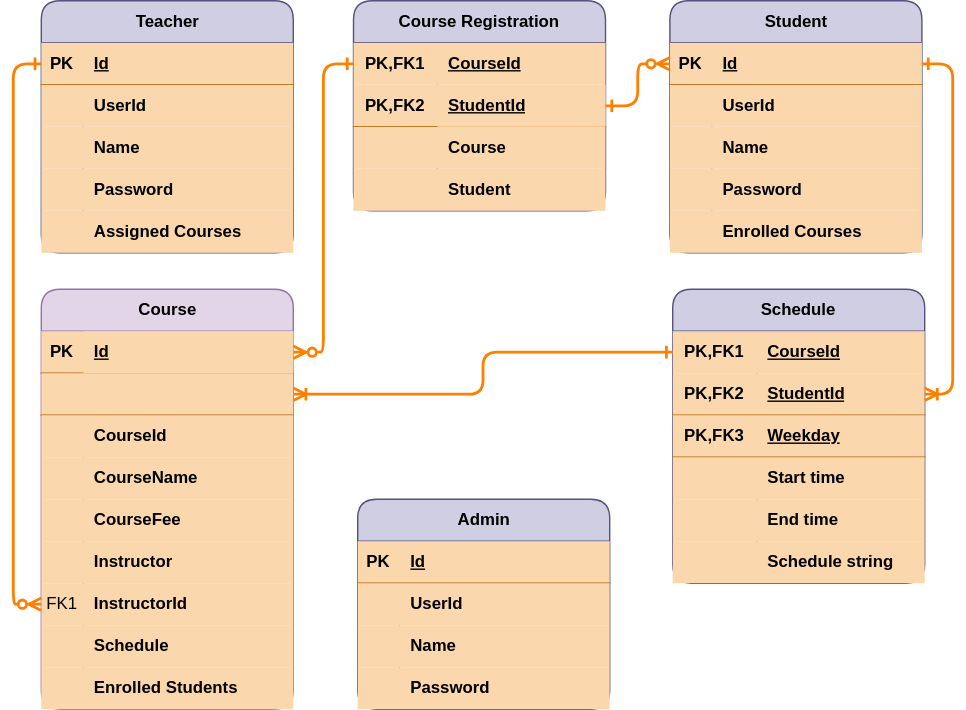
The draw.io diagram demo/CourseManagement_ERD.svg in MohammadRokib/CourseManagement, before a commit. Source tidied: cells renumbered, new cells last; positions are measured from the earlier drawing's top-left corner, leaving out a move shared by most shapes.
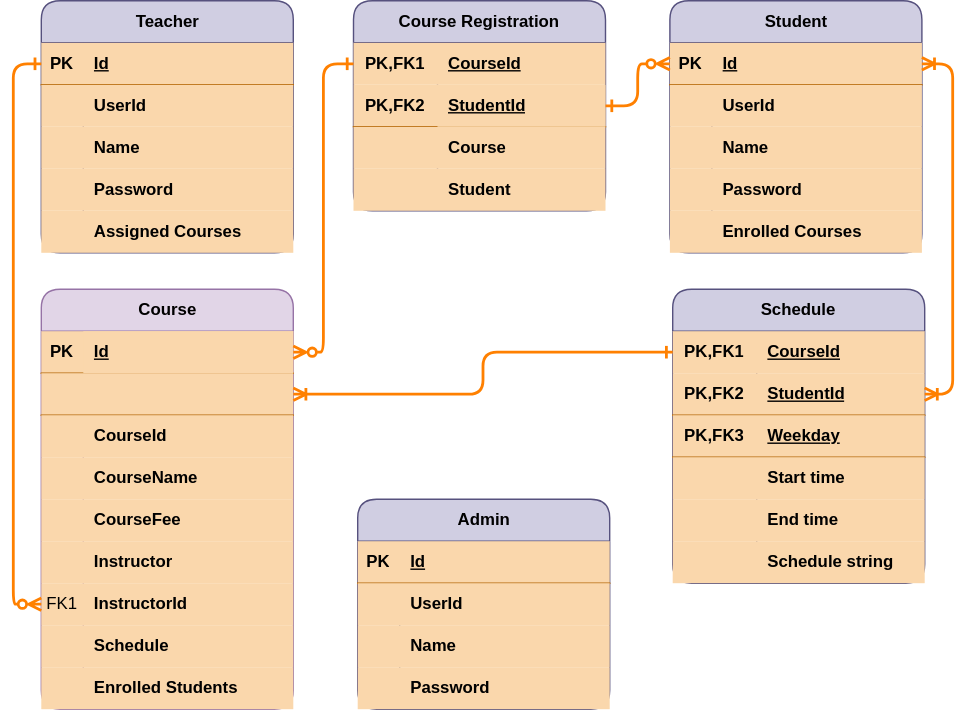
Later version of the same file.

The edit, as a diff of the source:
```diff
@@ -329,7 +329,7 @@
     <mxCell id="110" style="edgeStyle=orthogonalEdgeStyle;rounded=1;jettySize=auto;html=1;exitX=1;exitY=0.5;exitDx=0;exitDy=0;entryX=0;entryY=0.5;entryDx=0;entryDy=0;strokeWidth=2;startArrow=ERoneToMany;startFill=0;endArrow=ERone;endFill=0;curved=0;strokeColor=#FF8000;" parent="1" edge="1" source="51" target="92">
       <mxGeometry relative="1" as="geometry" />
     </mxCell>
-    <mxCell id="111" style="edgeStyle=orthogonalEdgeStyle;rounded=1;jettySize=auto;html=1;exitX=1;exitY=0.5;exitDx=0;exitDy=0;entryX=1;entryY=0.5;entryDx=0;entryDy=0;startArrow=ERone;startFill=0;endArrow=ERoneToMany;endFill=0;strokeWidth=2;curved=0;strokeColor=#FF8000;" parent="1" edge="1" source="32" target="95">
+    <mxCell id="111" style="edgeStyle=orthogonalEdgeStyle;rounded=1;jettySize=auto;html=1;exitX=1;exitY=0.5;exitDx=0;exitDy=0;entryX=1;entryY=0.5;entryDx=0;entryDy=0;startArrow=ERoneToMany;startFill=0;endArrow=ERoneToMany;endFill=0;strokeWidth=2;curved=0;strokeColor=#FF8000;" parent="1" edge="1" source="32" target="95">
       <mxGeometry relative="1" as="geometry" />
     </mxCell>
   </root>
```
